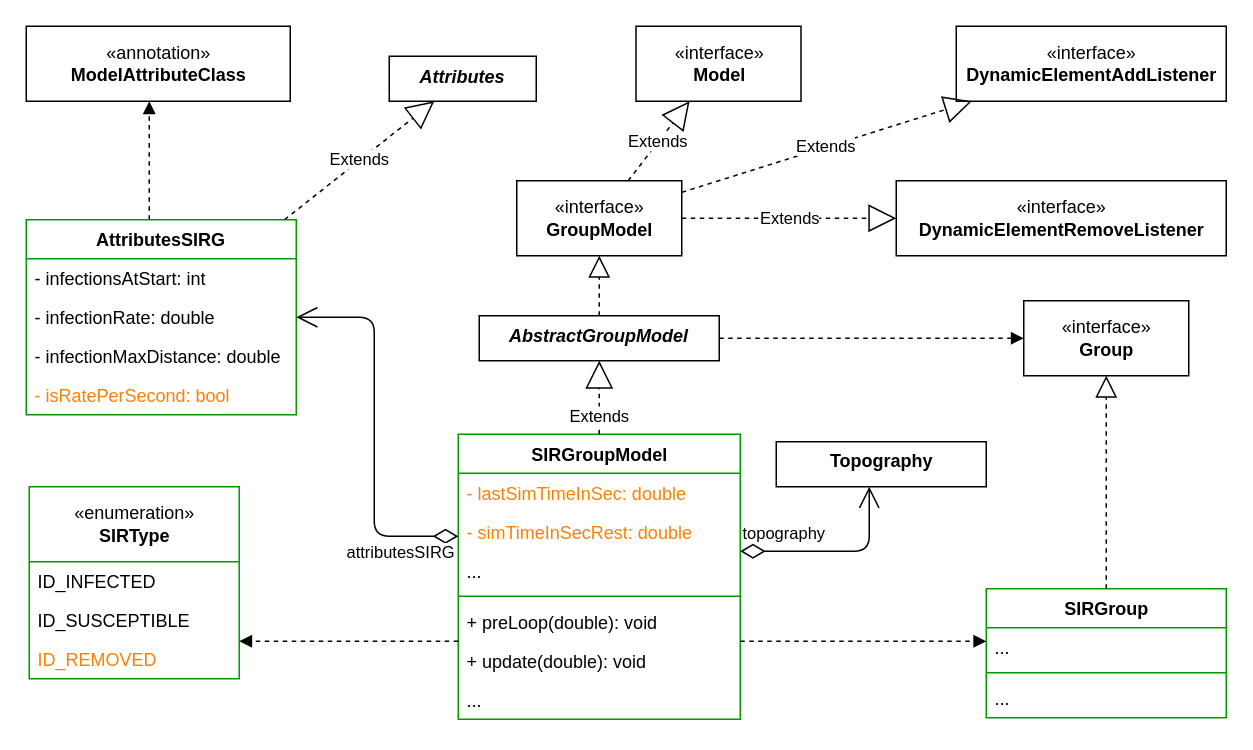
Earlier version of the draw.io diagram UML/sir_implementation_uml.drawio (sonmikrafft-uni-MLCMS/ex2). Source tidied: cells renumbered, new cells numbered last; positions are measured from the earlier drawing's top-left corner, leaving out a move shared by most shapes. Both pictures are drawn from the tidied source at 150%, with x=0, y=0 at pixel (26, 26).
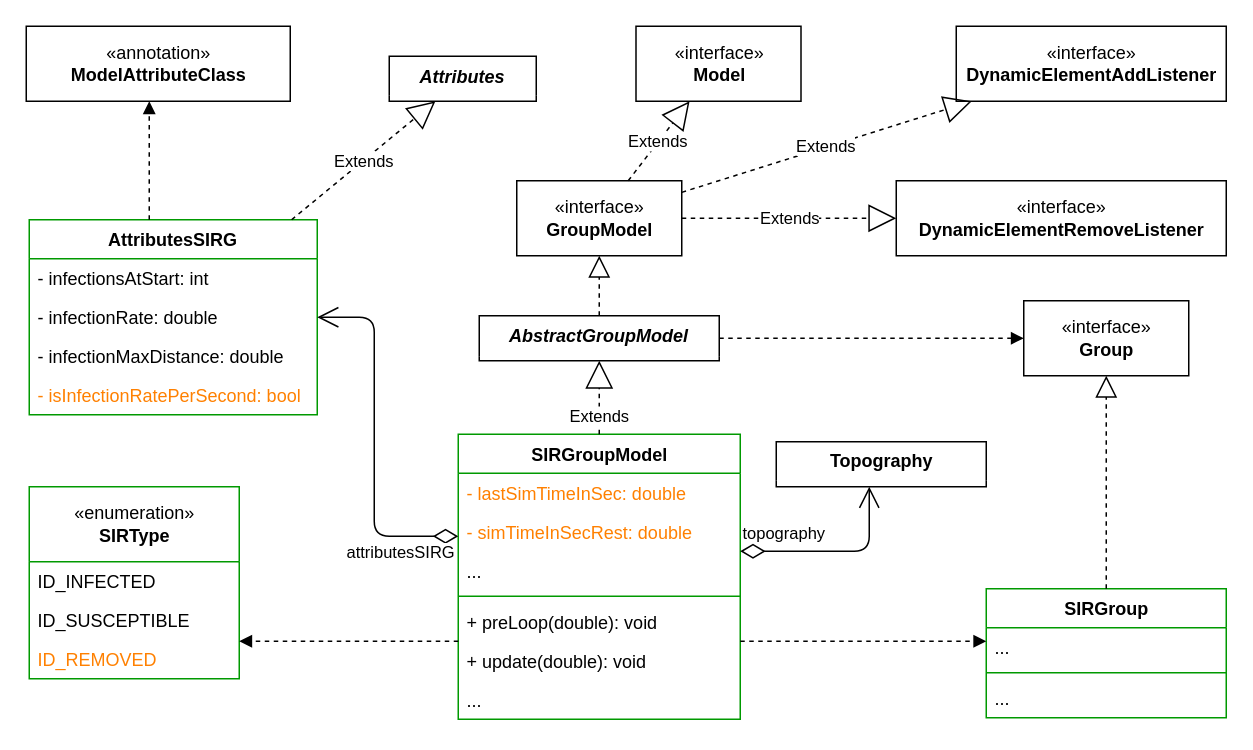
The same diagram, later.

Commit message:
Fixed one attribute name

The change refers to these unchanged cells:
```xml
<mxCell id="13" value="SIRGroupModel" style="swimlane;fontStyle=1;align=center;verticalAlign=top;horizontal=1;startSize=26;html=1;strokeColor=#009900;" parent="1" vertex="1">
  <mxGeometry x="288" y="272" width="188" height="190" as="geometry" />
</mxCell>
```

Diff of the diagram source:
```diff
@@
     <mxCell id="3" value="AttributesSIRG" style="swimlane;fontStyle=1;align=center;verticalAlign=top;horizontal=1;startSize=26;swimlaneLine=1;strokeColor=#009900;" parent="1" vertex="1">
-      <mxGeometry y="129" width="180" height="130" as="geometry" />
+      <mxGeometry x="2" y="129" width="192" height="130" as="geometry" />
     </mxCell>
     <mxCell id="4" value="- infectionsAtStart: int" style="text;strokeColor=none;fillColor=none;align=left;verticalAlign=top;spacingLeft=4;spacingRight=4;overflow=hidden;" parent="3" vertex="1">
-      <mxGeometry y="26" width="180" height="26" as="geometry" />
+      <mxGeometry y="26" width="192" height="26" as="geometry" />
     </mxCell>
     <mxCell id="5" value="- infectionRate: double" style="text;strokeColor=none;fillColor=none;align=left;verticalAlign=top;spacingLeft=4;spacingRight=4;overflow=hidden;" parent="3" vertex="1">
-      <mxGeometry y="52" width="180" height="26" as="geometry" />
+      <mxGeometry y="52" width="192" height="26" as="geometry" />
     </mxCell>
     <mxCell id="6" value="- infectionMaxDistance: double" style="text;strokeColor=none;fillColor=none;align=left;verticalAlign=top;spacingLeft=4;spacingRight=4;overflow=hidden;" parent="3" vertex="1">
-      <mxGeometry y="78" width="180" height="26" as="geometry" />
+      <mxGeometry y="78" width="192" height="26" as="geometry" />
     </mxCell>
-    <mxCell id="7" value="- isRatePerSecond: bool" style="text;strokeColor=none;fillColor=none;align=left;verticalAlign=top;spacingLeft=4;spacingRight=4;overflow=hidden;fontColor=#FF8000;" parent="3" vertex="1">
-      <mxGeometry y="104" width="180" height="26" as="geometry" />
+    <mxCell id="7" value="- isInfectionRatePerSecond: bool" style="text;strokeColor=none;fillColor=none;align=left;verticalAlign=top;spacingLeft=4;spacingRight=4;overflow=hidden;fontColor=#FF8000;" parent="3" vertex="1">
+      <mxGeometry y="104" width="192" height="26" as="geometry" />
     </mxCell>
@@
     <mxCell id="43" value="&lt;font color=&quot;#000000&quot;&gt;attributesSIRG&lt;/font&gt;" style="endArrow=open;html=1;endSize=12;startArrow=diamondThin;startSize=14;startFill=0;edgeStyle=orthogonalEdgeStyle;align=left;verticalAlign=bottom;fontColor=#FF8000;" parent="1" edge="1" source="13" target="3">
-      <mxGeometry x="-0.56" y="28" relative="1" as="geometry">
+      <mxGeometry x="-0.53" y="28" relative="1" as="geometry">
         <Array as="points">
           <mxPoint x="232" y="340" />
           <mxPoint x="232" y="194" />
         </Array>
         <mxPoint x="8" y="20" as="offset" />
       </mxGeometry>
     </mxCell>
```
